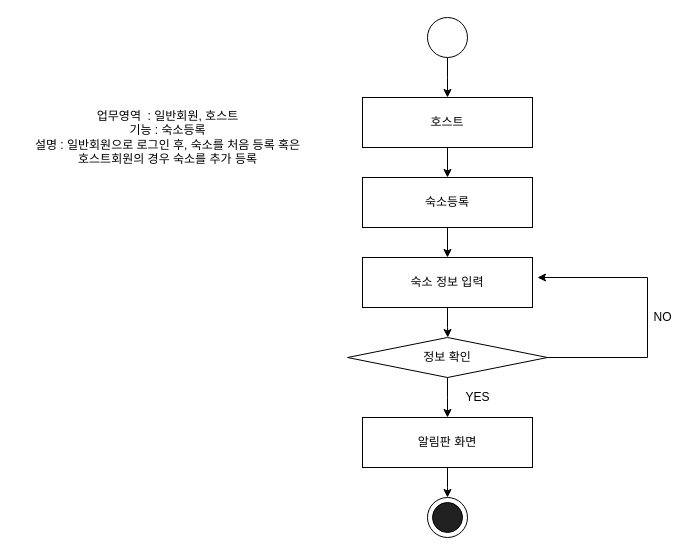
snowskyblue/- keeps this draw.io diagram as 네비게이션 흐름도/숙소등록.drawio. Above is the earlier version. Source tidied: cells renumbered, new cells numbered last; positions are measured from the earlier drawing's top-left corner, leaving out a move shared by most shapes. Both pictures are drawn from the tidied source at 100%, with x=0, y=0 at pixel (17, 17).
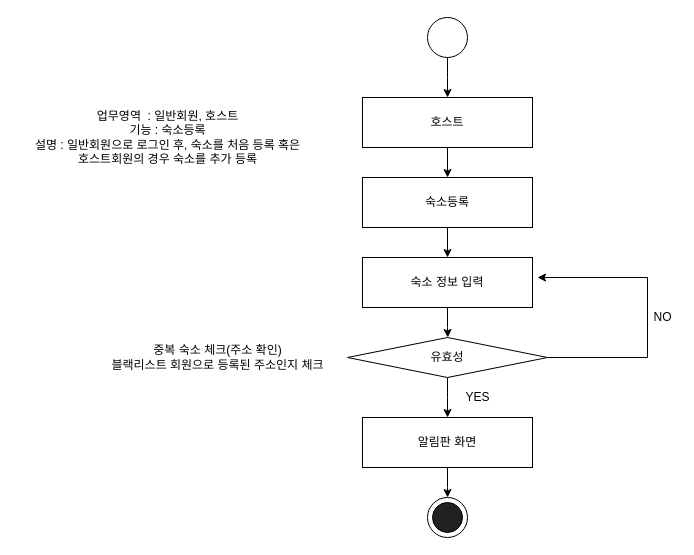
After the change.

What changed in the source:
```diff
@@
-    <mxCell id="12" value="정보 확인" style="rhombus;whiteSpace=wrap;html=1;" parent="1" vertex="1">
+    <mxCell id="12" value="유효성" style="rhombus;whiteSpace=wrap;html=1;" parent="1" vertex="1">
       <mxGeometry x="330" y="320" width="200" height="40" as="geometry" />
     </mxCell>
@@
+    <mxCell id="20" value="중복 숙소 체크(주소 확인)&lt;br&gt;블랙리스트 회원으로 등록된 주소인지 체크" style="text;html=1;align=center;verticalAlign=middle;" parent="1" vertex="1">
+      <mxGeometry x="80" y="325" width="240" height="30" as="geometry" />
+    </mxCell>
```
